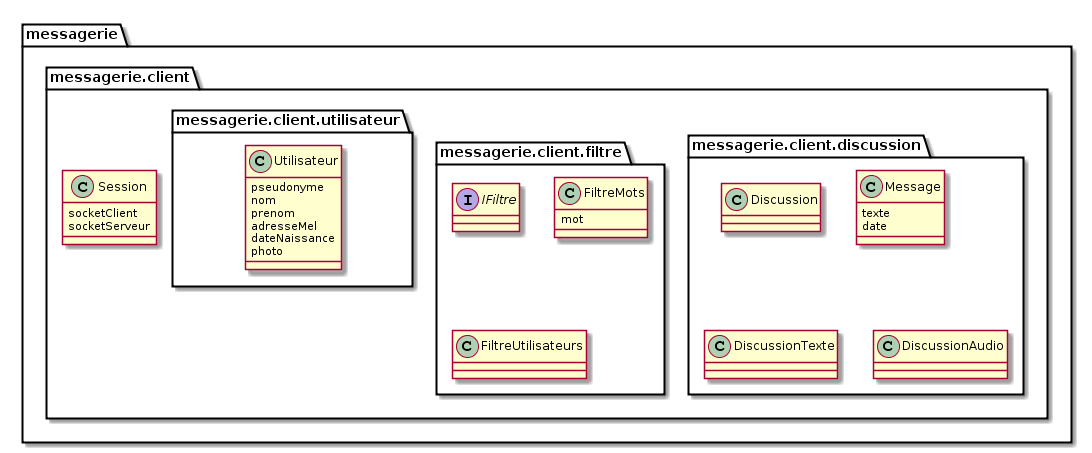
The PlantUML diagram rapport/conception/diagrammes/img/packageClient.png in Ingrid42/chatUp, before a commit.
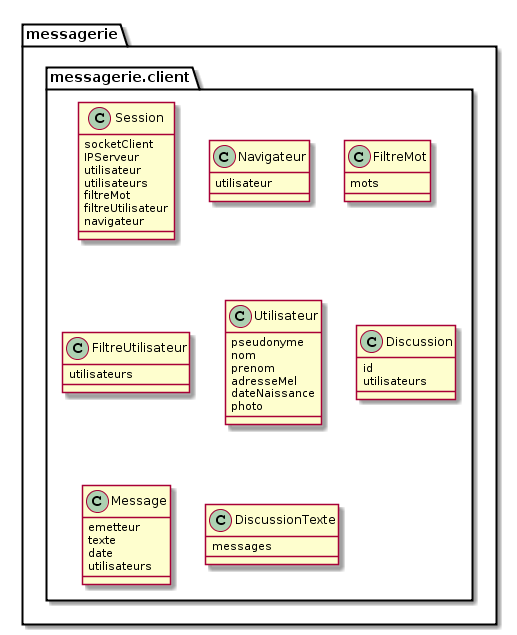
The same file after the commit.

Commit message:
UPDATE - diagramme package client theoriquement ok

The edit, as a diff of the source:
```diff
@@ -1,17 +1,28 @@
 @startuml
 package messagerie{
 package messagerie.client{
-  package messagerie.client.filtre {
-    interface IFiltre
-    class FiltreMots {
-      mot
-    }
+  class Session {
+    socketClient
+    IPServeur
+    utilisateur
+    utilisateurs
+    filtreMot
+    filtreUtilisateur
+    navigateur
+  }
 
-   class FiltreUtilisateurs {
-   }
+  class Navigateur {
+    utilisateur
+  }
 
+  class FiltreMot {
+    mots
   }
-package messagerie.client.utilisateur{
+
+  class FiltreUtilisateur {
+    utilisateurs
+  }
+
   class Utilisateur {
     pseudonyme
     nom
@@ -20,29 +31,21 @@
     dateNaissance
     photo
   }
-}
 
-  class Session {
-    socketClient
-    socketServeur
+  class Discussion {
+    id
+    utilisateurs
   }
 
-  package messagerie.client.discussion {
-    class Discussion {
-    }
-
-    class Message {
-       texte
-       date
-    }
-
-    class DiscussionTexte {
-    }
-
-    class DiscussionAudio {
-    }
-  }
+  class Message {
+    emetteur
+    texte
+    date
+    utilisateurs
   }
 
+  class DiscussionTexte {
+    messages
+  }
 }
 @enduml
```
